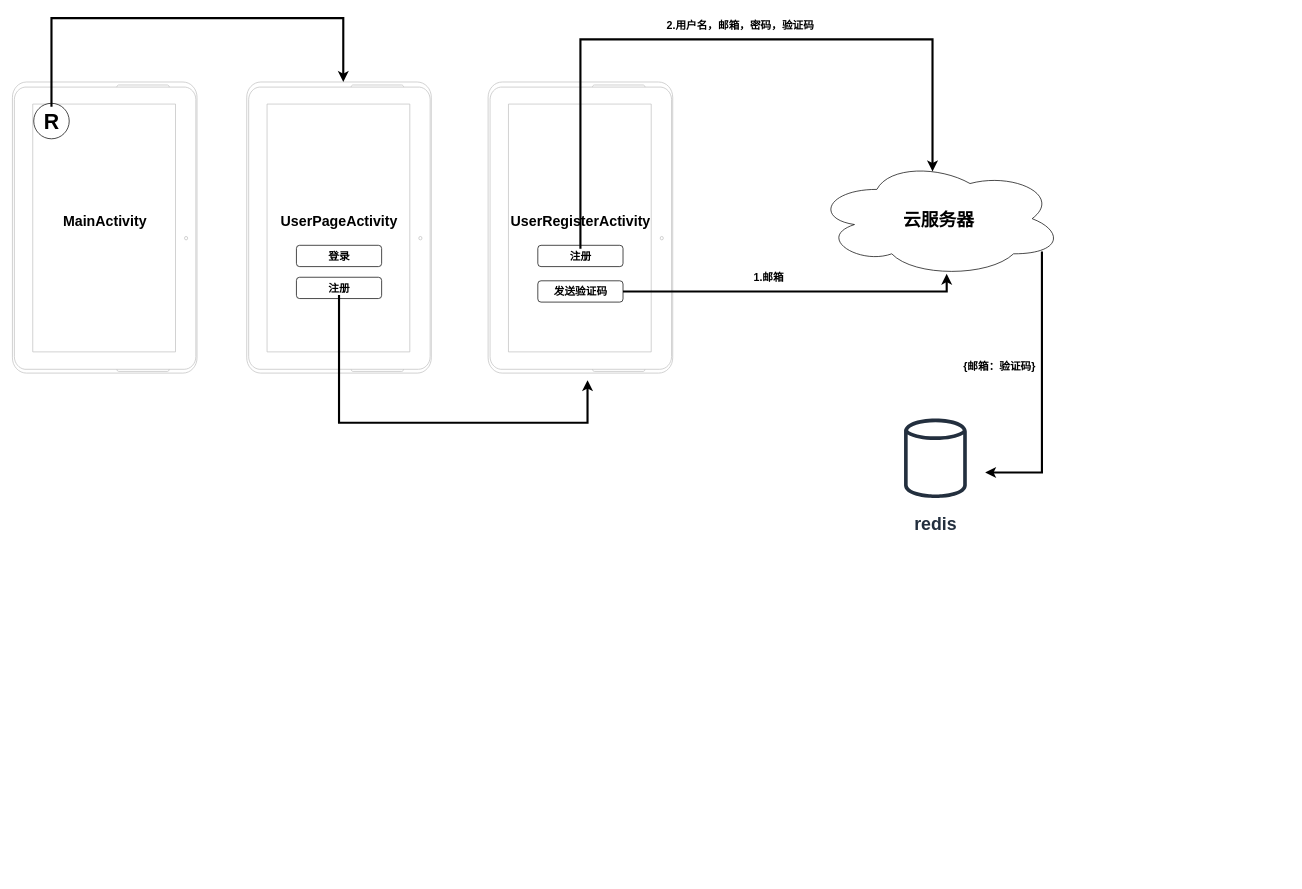
This is Untitled Diagram.drawio from red-fox-yj/draw.io, a draw.io file, before an edit. Source tidied: cells renumbered, new cells numbered last; positions are measured from the earlier drawing's top-left corner, leaving out a move shared by most shapes. Both pictures are drawn from the tidied source at 71%, with x=0, y=0 at pixel (12, 18).
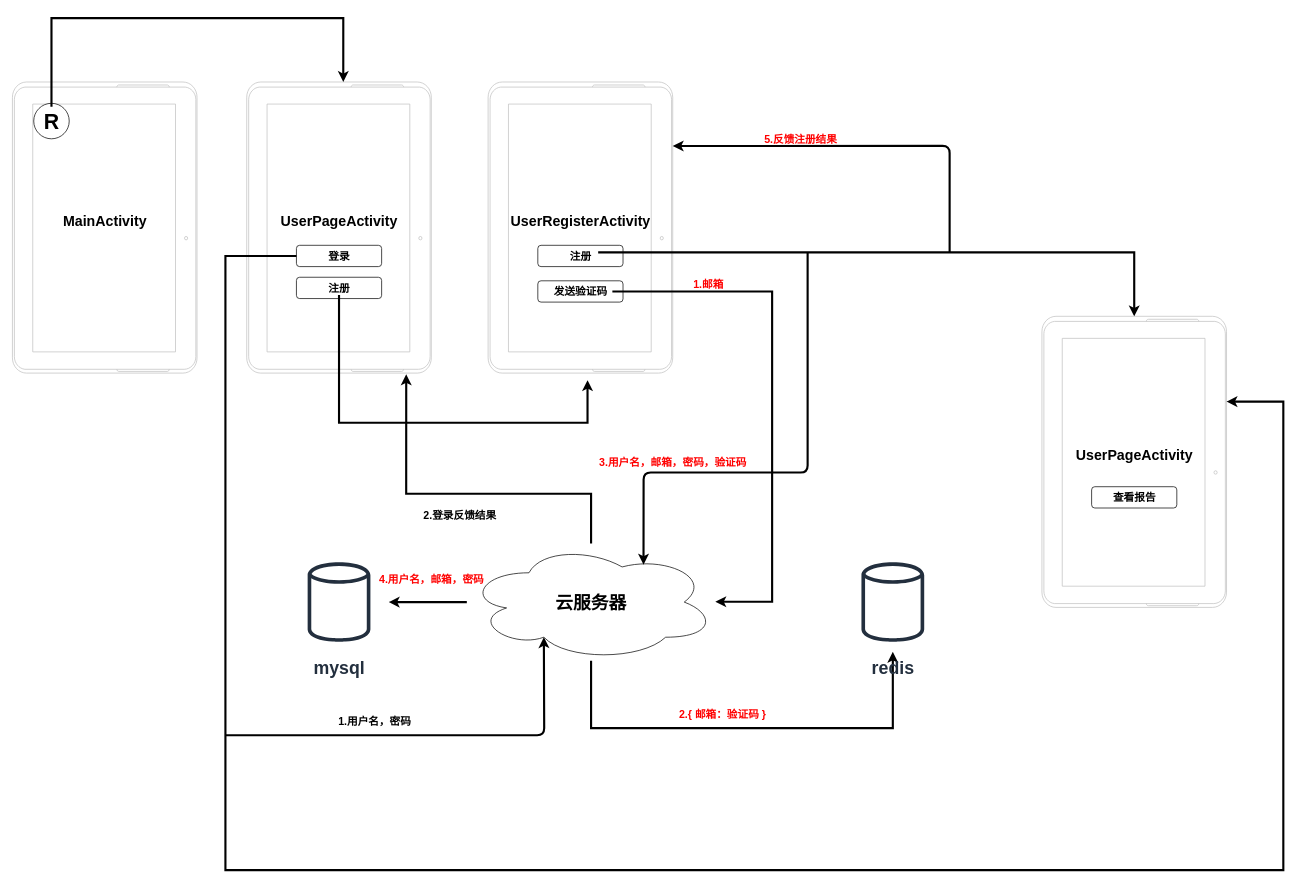
Above is the later version.

The change refers to these unchanged cells:
```xml
<mxCell id="8" style="verticalLabelPosition=bottom;verticalAlign=top;html=1;shadow=0;dashed=0;strokeWidth=1;shape=mxgraph.android.tab2;strokeColor=#c0c0c0;" parent="7" vertex="1">
  <mxGeometry width="260" height="410" as="geometry" />
</mxCell>
<mxCell id="11" style="rounded=1;whiteSpace=wrap;html=1;" parent="10" vertex="1">
  <mxGeometry width="120" height="30" as="geometry" />
</mxCell>
<mxCell id="18" style="verticalLabelPosition=bottom;verticalAlign=top;html=1;shadow=0;dashed=0;strokeWidth=1;shape=mxgraph.android.tab2;strokeColor=#c0c0c0;" parent="17" vertex="1">
  <mxGeometry width="260" height="410" as="geometry" />
</mxCell>
<mxCell id="22" value="&lt;b&gt;&lt;font style=&quot;font-size: 15px&quot;&gt;注册&lt;/font&gt;&lt;/b&gt;" style="text;html=1;align=center;verticalAlign=middle;points=[];fillColor=none;strokeColor=none;rounded=0;" parent="20" vertex="1">
  <mxGeometry x="35" y="5" width="50" height="20" as="geometry" />
</mxCell>
<mxCell id="24" style="rounded=1;whiteSpace=wrap;html=1;" parent="23" vertex="1">
  <mxGeometry width="120" height="30" as="geometry" />
</mxCell>
<mxCell id="25" value="&lt;b&gt;&lt;font style=&quot;font-size: 15px&quot;&gt;发送验证码&lt;/font&gt;&lt;/b&gt;" style="text;html=1;align=center;verticalAlign=middle;points=[];fillColor=none;strokeColor=none;rounded=0;" parent="23" vertex="1">
  <mxGeometry x="15" y="5" width="90" height="20" as="geometry" />
</mxCell>
```

Change to the diagram source:
```diff
@@
-    <mxCell id="27" style="edgeStyle=orthogonalEdgeStyle;rounded=0;jettySize=auto;html=1;entryX=1;entryY=0.643;entryDx=0;entryDy=0;entryPerimeter=0;strokeWidth=3;" parent="1" edge="1" source="28" target="33">
+    <mxCell id="27" style="edgeStyle=orthogonalEdgeStyle;rounded=0;jettySize=auto;html=1;strokeWidth=3;" parent="1" edge="1" source="28" target="33">
       <mxGeometry relative="1" as="geometry">
         <Array as="points">
-          <mxPoint x="1450" y="640" />
+          <mxPoint x="815" y="1000" />
+          <mxPoint x="1240" y="1000" />
         </Array>
       </mxGeometry>
     </mxCell>
+    <mxCell id="35" style="edgeStyle=orthogonalEdgeStyle;rounded=0;jettySize=auto;html=1;strokeWidth=3;" parent="1" edge="1" source="28" target="44">
+      <mxGeometry relative="1" as="geometry" />
+    </mxCell>
+    <mxCell id="36" style="edgeStyle=orthogonalEdgeStyle;rounded=0;jettySize=auto;html=1;entryX=0.864;entryY=1.004;entryDx=0;entryDy=0;entryPerimeter=0;strokeWidth=3;" parent="1" edge="1" source="28" target="8">
+      <mxGeometry relative="1" as="geometry">
+        <Array as="points">
+          <mxPoint x="815" y="670" />
+          <mxPoint x="555" y="670" />
+        </Array>
+      </mxGeometry>
+    </mxCell>
     <mxCell id="28" value="&lt;font size=&quot;1&quot;&gt;&lt;b style=&quot;font-size: 25px&quot;&gt;云服务器&lt;/b&gt;&lt;/font&gt;" style="ellipse;shape=cloud;whiteSpace=wrap;html=1;align=center;" parent="1" vertex="1">
-      <mxGeometry x="1130" y="200" width="350" height="165" as="geometry" />
+      <mxGeometry x="640" y="740" width="350" height="165" as="geometry" />
     </mxCell>
-    <mxCell id="29" style="edgeStyle=orthogonalEdgeStyle;rounded=0;jettySize=auto;html=1;entryX=0.531;entryY=0.97;entryDx=0;entryDy=0;entryPerimeter=0;strokeWidth=3;" parent="1" edge="1" source="24" target="28">
-      <mxGeometry relative="1" as="geometry" />
-    </mxCell>
-    <mxCell id="30" value="&lt;b&gt;&lt;font style=&quot;font-size: 15px&quot;&gt;1.邮箱&lt;/font&gt;&lt;/b&gt;" style="text;html=1;align=center;verticalAlign=middle;fillColor=none;strokeColor=none;rounded=0;" parent="1" vertex="1">
-      <mxGeometry x="1035" y="355" width="60" height="20" as="geometry" />
+    <mxCell id="30" value="&lt;b&gt;&lt;font style=&quot;font-size: 15px&quot; color=&quot;#ff0000&quot;&gt;1.邮箱&lt;/font&gt;&lt;/b&gt;" style="text;html=1;align=center;verticalAlign=middle;fillColor=none;strokeColor=none;rounded=0;" parent="1" vertex="1">
+      <mxGeometry x="950" y="365" width="60" height="20" as="geometry" />
     </mxCell>
-    <mxCell id="31" style="edgeStyle=orthogonalEdgeStyle;rounded=0;jettySize=auto;html=1;entryX=0.474;entryY=0.097;entryDx=0;entryDy=0;entryPerimeter=0;strokeWidth=3;" parent="1" edge="1" source="22" target="28">
-      <mxGeometry relative="1" as="geometry">
-        <Array as="points">
-          <mxPoint x="800" y="30" />
-          <mxPoint x="1296" y="30" />
-        </Array>
-      </mxGeometry>
-    </mxCell>
-    <mxCell id="32" value="&lt;b&gt;&lt;font style=&quot;font-size: 15px&quot;&gt;2.用户名，邮箱，密码，验证码&lt;/font&gt;&lt;/b&gt;" style="text;html=1;align=center;verticalAlign=middle;fillColor=none;strokeColor=none;rounded=0;" parent="1" vertex="1">
-      <mxGeometry x="915" width="220" height="20" as="geometry" />
+    <mxCell id="32" value="&lt;b&gt;&lt;font style=&quot;font-size: 15px&quot; color=&quot;#ff0000&quot;&gt;3.用户名，邮箱，密码，验证码&lt;/font&gt;&lt;/b&gt;" style="text;html=1;align=center;verticalAlign=middle;fillColor=none;strokeColor=none;rounded=0;" parent="1" vertex="1">
+      <mxGeometry x="820" y="615" width="220" height="20" as="geometry" />
     </mxCell>
-    <mxCell id="33" value="&lt;font style=&quot;font-size: 25px&quot;&gt;&lt;b&gt;redis&lt;/b&gt;&lt;/font&gt;" style="outlineConnect=0;fontColor=#232F3E;gradientColor=none;strokeColor=#232F3E;fillColor=#ffffff;dashed=0;verticalLabelPosition=bottom;verticalAlign=top;align=center;html=1;fontSize=12;fontStyle=0;shape=mxgraph.aws4.resourceIcon;resIcon=mxgraph.aws4.generic_database;" parent="1" vertex="1">
-      <mxGeometry x="1230" y="550" width="140" height="140" as="geometry" />
+    <mxCell id="33" value="&lt;font style=&quot;font-size: 25px&quot;&gt;&lt;span&gt;redis&lt;/span&gt;&lt;/font&gt;" style="outlineConnect=0;fontColor=#232F3E;gradientColor=none;strokeColor=#232F3E;fillColor=#ffffff;dashed=0;verticalLabelPosition=bottom;verticalAlign=top;align=center;html=1;fontSize=12;fontStyle=1;shape=mxgraph.aws4.resourceIcon;resIcon=mxgraph.aws4.generic_database;" parent="1" vertex="1">
+      <mxGeometry x="1170" y="752.5" width="140" height="140" as="geometry" />
     </mxCell>
-    <mxCell id="34" value="&lt;b&gt;&lt;font style=&quot;font-size: 15px&quot;&gt;{邮箱：验证码}&lt;/font&gt;&lt;/b&gt;" style="text;html=1;align=center;verticalAlign=middle;fillColor=none;strokeColor=none;rounded=0;" parent="1" vertex="1">
-      <mxGeometry x="1330" y="480" width="120" height="20" as="geometry" />
+    <mxCell id="34" value="&lt;b&gt;&lt;font style=&quot;font-size: 15px&quot; color=&quot;#ff0000&quot;&gt;2.{ 邮箱：验证码 }&lt;/font&gt;&lt;/b&gt;" style="text;html=1;align=center;verticalAlign=middle;fillColor=none;strokeColor=none;rounded=0;" parent="1" vertex="1">
+      <mxGeometry x="930" y="970" width="140" height="20" as="geometry" />
     </mxCell>
+    <mxCell id="37" value="&lt;b&gt;&lt;font style=&quot;font-size: 15px&quot; color=&quot;#ff0000&quot;&gt;5.反馈注册结果&lt;/font&gt;&lt;/b&gt;" style="text;html=1;align=center;verticalAlign=middle;fillColor=none;strokeColor=none;rounded=0;" parent="1" vertex="1">
+      <mxGeometry x="1050" y="160" width="120" height="20" as="geometry" />
+    </mxCell>
+    <mxCell id="38" style="group;" parent="1" vertex="1">
+      <mxGeometry x="1450" y="420" width="260" height="410" as="geometry" />
+    </mxCell>
+    <mxCell id="39" style="verticalLabelPosition=bottom;verticalAlign=top;html=1;shadow=0;dashed=0;strokeWidth=1;shape=mxgraph.android.tab2;strokeColor=#c0c0c0;" parent="38" vertex="1">
+      <mxGeometry width="260" height="410" as="geometry" />
+    </mxCell>
+    <mxCell id="40" value="&lt;font style=&quot;vertical-align: inherit ; font-size: 20px&quot;&gt;&lt;font style=&quot;vertical-align: inherit ; font-size: 20px&quot;&gt;&lt;font style=&quot;vertical-align: inherit ; font-size: 20px&quot;&gt;&lt;font style=&quot;vertical-align: inherit ; font-size: 20px&quot;&gt;UserPageActivity&lt;/font&gt;&lt;/font&gt;&lt;/font&gt;&lt;/font&gt;" style="text;html=1;align=center;verticalAlign=middle;fillColor=none;strokeColor=none;rounded=0;fontStyle=1;fontSize=20;" parent="38" vertex="1">
+      <mxGeometry x="40" y="180" width="180" height="30" as="geometry" />
+    </mxCell>
+    <mxCell id="41" style="group;" parent="38" vertex="1">
+      <mxGeometry x="70" y="240" width="120" height="30" as="geometry" />
+    </mxCell>
+    <mxCell id="42" style="rounded=1;whiteSpace=wrap;html=1;" parent="41" vertex="1">
+      <mxGeometry width="120" height="30" as="geometry" />
+    </mxCell>
+    <mxCell id="43" value="&lt;b&gt;&lt;font style=&quot;font-size: 15px&quot;&gt;查看报告&lt;/font&gt;&lt;/b&gt;" style="text;html=1;align=center;verticalAlign=middle;fillColor=none;strokeColor=none;rounded=0;" parent="41" vertex="1">
+      <mxGeometry x="20" y="5" width="80" height="20" as="geometry" />
+    </mxCell>
+    <mxCell id="44" value="&lt;font style=&quot;font-size: 25px&quot;&gt;&lt;span&gt;mysql&lt;/span&gt;&lt;/font&gt;" style="outlineConnect=0;fontColor=#232F3E;gradientColor=none;strokeColor=#232F3E;fillColor=#ffffff;dashed=0;verticalLabelPosition=bottom;verticalAlign=top;align=center;html=1;fontSize=12;fontStyle=1;shape=mxgraph.aws4.resourceIcon;resIcon=mxgraph.aws4.generic_database;" parent="1" vertex="1">
+      <mxGeometry x="390" y="752.5" width="140" height="140" as="geometry" />
+    </mxCell>
+    <mxCell id="45" value="&lt;b&gt;&lt;font style=&quot;font-size: 15px&quot; color=&quot;#ff0000&quot;&gt;4.用户名，邮箱，密码&lt;/font&gt;&lt;/b&gt;" style="text;html=1;align=center;verticalAlign=middle;fillColor=none;strokeColor=none;rounded=0;" parent="1" vertex="1">
+      <mxGeometry x="510" y="780" width="160" height="20" as="geometry" />
+    </mxCell>
+    <mxCell id="46" style="edgeStyle=orthogonalEdgeStyle;rounded=0;jettySize=auto;html=1;strokeWidth=3;" parent="1" edge="1" source="22" target="39">
+      <mxGeometry relative="1" as="geometry">
+        <Array as="points">
+          <mxPoint x="1580" y="330" />
+        </Array>
+      </mxGeometry>
+    </mxCell>
+    <mxCell id="47" style="edgeStyle=orthogonalEdgeStyle;rounded=0;jettySize=auto;html=1;strokeWidth=3;" parent="1" edge="1" source="25" target="28">
+      <mxGeometry relative="1" as="geometry">
+        <Array as="points">
+          <mxPoint x="1070" y="385" />
+          <mxPoint x="1070" y="822" />
+        </Array>
+      </mxGeometry>
+    </mxCell>
+    <mxCell id="48" style="endArrow=classic;html=1;strokeWidth=3;entryX=0.711;entryY=0.181;entryDx=0;entryDy=0;entryPerimeter=0;" parent="1" edge="1" target="28">
+      <mxGeometry relative="1" as="geometry">
+        <mxPoint x="1120" y="330" as="sourcePoint" />
+        <Array as="points">
+          <mxPoint x="1120" y="460" />
+          <mxPoint x="1120" y="640" />
+          <mxPoint x="889" y="640" />
+        </Array>
+      </mxGeometry>
+    </mxCell>
+    <mxCell id="49" style="endArrow=classic;html=1;strokeWidth=3;entryX=1;entryY=0.22;entryDx=0;entryDy=0;entryPerimeter=0;" parent="1" edge="1" target="18">
+      <mxGeometry relative="1" as="geometry">
+        <mxPoint x="1320" y="330" as="sourcePoint" />
+        <Array as="points">
+          <mxPoint x="1320" y="180" />
+        </Array>
+      </mxGeometry>
+    </mxCell>
+    <mxCell id="50" style="edgeStyle=orthogonalEdgeStyle;rounded=0;jettySize=auto;html=1;entryX=1;entryY=0.293;entryDx=0;entryDy=0;entryPerimeter=0;strokeWidth=3;" parent="1" edge="1" source="11" target="39">
+      <mxGeometry relative="1" as="geometry">
+        <Array as="points">
+          <mxPoint x="300" y="335" />
+          <mxPoint x="300" y="1200" />
+          <mxPoint x="1790" y="1200" />
+          <mxPoint x="1790" y="540" />
+        </Array>
+      </mxGeometry>
+    </mxCell>
+    <mxCell id="51" style="endArrow=classic;html=1;strokeWidth=3;entryX=0.31;entryY=0.8;entryDx=0;entryDy=0;entryPerimeter=0;" parent="1" edge="1" target="28">
+      <mxGeometry relative="1" as="geometry">
+        <mxPoint x="300" y="1010" as="sourcePoint" />
+        <Array as="points">
+          <mxPoint x="749" y="1010" />
+        </Array>
+      </mxGeometry>
+    </mxCell>
+    <mxCell id="52" value="&lt;span style=&quot;font-size: 15px&quot;&gt;&lt;b&gt;1.用户名，密码&lt;/b&gt;&lt;/span&gt;" style="text;html=1;align=center;verticalAlign=middle;fillColor=none;strokeColor=none;rounded=0;" parent="1" vertex="1">
+      <mxGeometry x="450" y="980" width="120" height="20" as="geometry" />
+    </mxCell>
+    <mxCell id="53" value="&lt;b&gt;&lt;font style=&quot;font-size: 15px&quot;&gt;2.登录反馈结果&lt;/font&gt;&lt;/b&gt;" style="text;html=1;align=center;verticalAlign=middle;fillColor=none;strokeColor=none;rounded=0;" parent="1" vertex="1">
+      <mxGeometry x="570" y="690" width="120" height="20" as="geometry" />
+    </mxCell>
```
